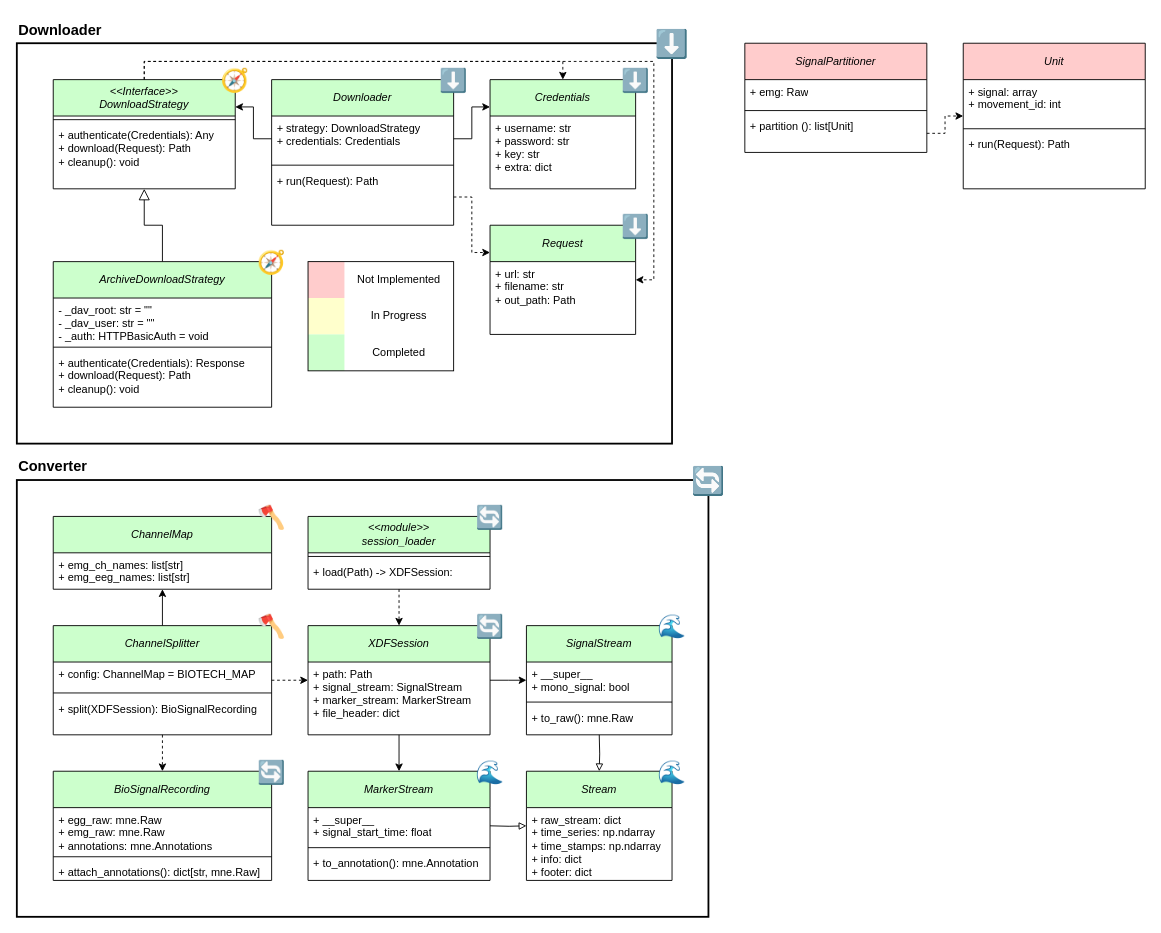
This is page "UML" (1 of 2) of docs/Data Architecture.drawio from N-Pulse/BMI-SOFT-EMG-Decoding, a draw.io file, before an edit. Source tidied: cells renumbered, new cells numbered last; positions are measured from the earlier drawing's top-left corner, leaving out a move shared by most shapes. Both pictures are drawn from the tidied source at 91%, with x=0, y=0 at pixel (16, 15).
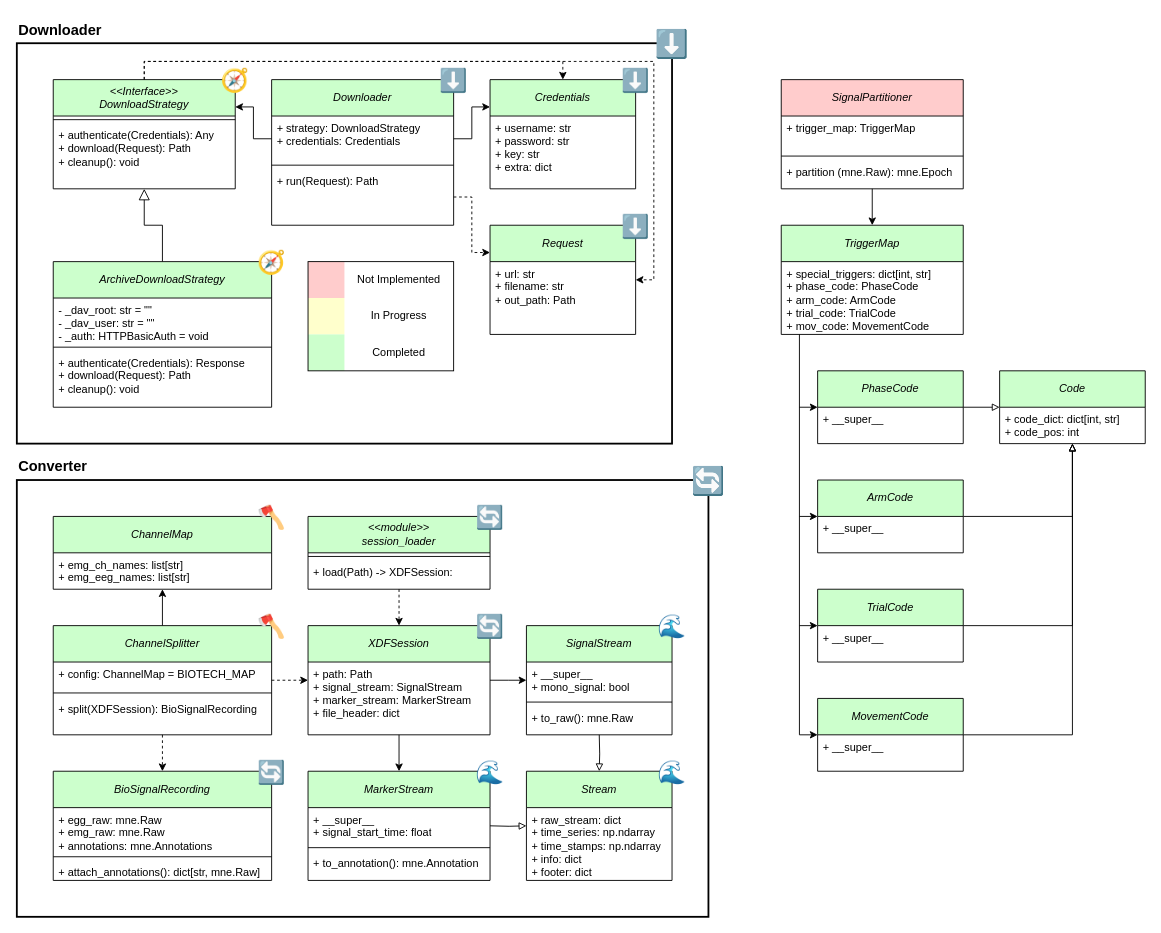
The same page after the edit.

Commit message (it also covers changes not shown here):
feat: is now possible to get the epochs per movement

What changed in the source:
```diff
@@
-    <mxCell id="39" value="&lt;span style=&quot;font-weight: normal;&quot;&gt;&lt;i&gt;Unit&lt;/i&gt;&lt;/span&gt;" style="swimlane;fontStyle=1;align=center;verticalAlign=middle;horizontal=1;startSize=40;whiteSpace=wrap;html=1;fillColor=#FFCCCC;" parent="1" vertex="1">
-      <mxGeometry x="1040" y="30" width="200" height="160" as="geometry" />
-    </mxCell>
-    <mxCell id="40" value="+ signal: array&lt;div&gt;+ movement_id: int&lt;/div&gt;" style="text;strokeColor=none;fillColor=none;align=left;verticalAlign=top;spacingLeft=4;spacingRight=4;overflow=hidden;whiteSpace=wrap;html=1;" parent="39" vertex="1">
-      <mxGeometry y="40" width="200" height="50" as="geometry" />
-    </mxCell>
-    <mxCell id="41" style="line;strokeWidth=1;fillColor=none;align=left;verticalAlign=middle;spacingTop=-1;spacingLeft=3;spacingRight=3;labelPosition=right;strokeColor=inherit;" parent="39" vertex="1">
-      <mxGeometry y="90" width="200" height="8" as="geometry" />
-    </mxCell>
-    <mxCell id="42" value="+ run(Request): Path" style="text;strokeColor=none;fillColor=none;align=left;verticalAlign=top;spacingLeft=4;spacingRight=4;overflow=hidden;whiteSpace=wrap;html=1;" parent="39" vertex="1">
-      <mxGeometry y="98" width="200" height="62" as="geometry" />
-    </mxCell>
+    <mxCell id="91" style="edgeStyle=orthogonalEdgeStyle;rounded=0;jettySize=auto;html=1;" parent="1" edge="1" source="43" target="92">
+      <mxGeometry relative="1" as="geometry" />
+    </mxCell>
     <mxCell id="43" value="&lt;span style=&quot;font-weight: normal;&quot;&gt;&lt;i&gt;SignalPartitioner&lt;/i&gt;&lt;/span&gt;" style="swimlane;fontStyle=1;align=center;verticalAlign=middle;horizontal=1;startSize=40;whiteSpace=wrap;html=1;fillColor=#FFCCCC;" parent="1" vertex="1">
-      <mxGeometry x="800" y="30" width="200" height="120" as="geometry" />
+      <mxGeometry x="840" y="70" width="200" height="120" as="geometry" />
     </mxCell>
-    <mxCell id="44" value="+ emg: Raw" style="text;strokeColor=none;fillColor=none;align=left;verticalAlign=top;spacingLeft=4;spacingRight=4;overflow=hidden;whiteSpace=wrap;html=1;" parent="43" vertex="1">
-      <mxGeometry y="40" width="200" height="30" as="geometry" />
+    <mxCell id="44" value="&lt;div&gt;+ trigger_map: TriggerMap&amp;nbsp;&lt;/div&gt;" style="text;strokeColor=none;fillColor=none;align=left;verticalAlign=top;spacingLeft=4;spacingRight=4;overflow=hidden;whiteSpace=wrap;html=1;" parent="43" vertex="1">
+      <mxGeometry y="40" width="200" height="40" as="geometry" />
     </mxCell>
     <mxCell id="45" style="line;strokeWidth=1;fillColor=none;align=left;verticalAlign=middle;spacingTop=-1;spacingLeft=3;spacingRight=3;labelPosition=right;strokeColor=inherit;" parent="43" vertex="1">
-      <mxGeometry y="70" width="200" height="8" as="geometry" />
+      <mxGeometry y="80" width="200" height="8" as="geometry" />
     </mxCell>
-    <mxCell id="46" value="+ partition (): list[Unit]" style="text;strokeColor=none;fillColor=none;align=left;verticalAlign=top;spacingLeft=4;spacingRight=4;overflow=hidden;points=[[0,0.5],[1,0.5]];portConstraint=eastwest;whiteSpace=wrap;html=1;" parent="43" vertex="1">
-      <mxGeometry y="78" width="200" height="42" as="geometry" />
+    <mxCell id="46" value="+ partition (mne.Raw): mne.Epoch" style="text;strokeColor=none;fillColor=none;align=left;verticalAlign=top;spacingLeft=4;spacingRight=4;overflow=hidden;points=[[0,0.5],[1,0.5]];portConstraint=eastwest;whiteSpace=wrap;html=1;" parent="43" vertex="1">
+      <mxGeometry y="88" width="200" height="32" as="geometry" />
     </mxCell>
-    <mxCell id="47" style="edgeStyle=orthogonalEdgeStyle;rounded=0;jettySize=auto;html=1;exitX=1;exitY=0.5;exitDx=0;exitDy=0;dashed=1;" parent="1" edge="1" source="46" target="39">
-      <mxGeometry relative="1" as="geometry" />
-    </mxCell>
@@
+    <mxCell id="92" value="&lt;span style=&quot;font-weight: normal;&quot;&gt;&lt;i&gt;TriggerMap&lt;/i&gt;&lt;/span&gt;" style="swimlane;fontStyle=1;align=center;verticalAlign=middle;horizontal=1;startSize=40;whiteSpace=wrap;html=1;fillColor=#CCFFCC;" parent="1" vertex="1">
+      <mxGeometry x="840" y="230" width="200" height="120" as="geometry" />
+    </mxCell>
+    <mxCell id="93" value="+ special_triggers: dict[int, str]&lt;div&gt;+ phase_code: PhaseCode&lt;div&gt;+ arm_code: ArmCode&lt;/div&gt;&lt;div&gt;+ trial_code: TrialCode&lt;/div&gt;&lt;div&gt;+ mov_code: MovementCode&lt;/div&gt;&lt;/div&gt;" style="text;strokeColor=none;fillColor=none;align=left;verticalAlign=top;spacingLeft=4;spacingRight=4;overflow=hidden;points=[[0,0.5],[1,0.5]];portConstraint=eastwest;whiteSpace=wrap;html=1;" parent="92" vertex="1">
+      <mxGeometry y="40" width="200" height="80" as="geometry" />
+    </mxCell>
+    <mxCell id="94" value="&lt;span style=&quot;font-weight: normal;&quot;&gt;&lt;i&gt;Code&lt;/i&gt;&lt;/span&gt;" style="swimlane;fontStyle=1;align=center;verticalAlign=middle;horizontal=1;startSize=40;whiteSpace=wrap;html=1;fillColor=#CCFFCC;" parent="1" vertex="1">
+      <mxGeometry x="1080" y="390" width="160" height="80" as="geometry" />
+    </mxCell>
+    <mxCell id="95" value="+ code_dict: dict[int, str]&lt;div&gt;+ code_pos: int&lt;/div&gt;" style="text;strokeColor=none;fillColor=none;align=left;verticalAlign=top;spacingLeft=4;spacingRight=4;overflow=hidden;whiteSpace=wrap;html=1;" parent="94" vertex="1">
+      <mxGeometry y="40" width="160" height="40" as="geometry" />
+    </mxCell>
+    <mxCell id="96" style="edgeStyle=orthogonalEdgeStyle;rounded=0;jettySize=auto;html=1;startArrow=classic;startFill=1;endArrow=none;endFill=0;" parent="1" edge="1" source="98">
+      <mxGeometry relative="1" as="geometry">
+        <mxPoint x="860" y="430" as="targetPoint" />
+      </mxGeometry>
+    </mxCell>
+    <mxCell id="97" style="edgeStyle=orthogonalEdgeStyle;rounded=0;jettySize=auto;html=1;endArrow=block;endFill=0;" parent="1" edge="1" source="98" target="94">
+      <mxGeometry relative="1" as="geometry" />
+    </mxCell>
+    <mxCell id="98" value="&lt;span style=&quot;font-weight: normal;&quot;&gt;&lt;i&gt;PhaseCode&lt;/i&gt;&lt;/span&gt;" style="swimlane;fontStyle=1;align=center;verticalAlign=middle;horizontal=1;startSize=40;whiteSpace=wrap;html=1;fillColor=#CCFFCC;" parent="1" vertex="1">
+      <mxGeometry x="880" y="390" width="160" height="80" as="geometry" />
+    </mxCell>
+    <mxCell id="99" value="+ __super__" style="text;strokeColor=none;fillColor=none;align=left;verticalAlign=top;spacingLeft=4;spacingRight=4;overflow=hidden;whiteSpace=wrap;html=1;" parent="98" vertex="1">
+      <mxGeometry y="40" width="160" height="40" as="geometry" />
+    </mxCell>
+    <mxCell id="100" style="edgeStyle=orthogonalEdgeStyle;rounded=0;jettySize=auto;html=1;startArrow=classic;startFill=1;endArrow=none;endFill=0;" parent="1" edge="1" source="102">
+      <mxGeometry relative="1" as="geometry">
+        <mxPoint x="860" y="550" as="targetPoint" />
+      </mxGeometry>
+    </mxCell>
+    <mxCell id="101" style="edgeStyle=orthogonalEdgeStyle;rounded=0;jettySize=auto;html=1;endArrow=block;endFill=0;" parent="1" edge="1" source="102" target="94">
+      <mxGeometry relative="1" as="geometry" />
+    </mxCell>
+    <mxCell id="102" value="&lt;span style=&quot;font-weight: normal;&quot;&gt;&lt;i&gt;ArmCode&lt;/i&gt;&lt;/span&gt;" style="swimlane;fontStyle=1;align=center;verticalAlign=middle;horizontal=1;startSize=40;whiteSpace=wrap;html=1;fillColor=#CCFFCC;" parent="1" vertex="1">
+      <mxGeometry x="880" y="510" width="160" height="80" as="geometry" />
+    </mxCell>
+    <mxCell id="103" value="+ __super__" style="text;strokeColor=none;fillColor=none;align=left;verticalAlign=top;spacingLeft=4;spacingRight=4;overflow=hidden;whiteSpace=wrap;html=1;" parent="102" vertex="1">
+      <mxGeometry y="40" width="160" height="40" as="geometry" />
+    </mxCell>
+    <mxCell id="104" style="edgeStyle=orthogonalEdgeStyle;rounded=0;jettySize=auto;html=1;startArrow=classic;startFill=1;endArrow=none;endFill=0;" parent="1" edge="1" source="106">
+      <mxGeometry relative="1" as="geometry">
+        <mxPoint x="860" y="670" as="targetPoint" />
+      </mxGeometry>
+    </mxCell>
+    <mxCell id="105" style="edgeStyle=orthogonalEdgeStyle;rounded=0;jettySize=auto;html=1;endArrow=block;endFill=0;" parent="1" edge="1" source="106" target="94">
+      <mxGeometry relative="1" as="geometry" />
+    </mxCell>
+    <mxCell id="106" value="&lt;span style=&quot;font-weight: normal;&quot;&gt;&lt;i&gt;TrialCode&lt;/i&gt;&lt;/span&gt;" style="swimlane;fontStyle=1;align=center;verticalAlign=middle;horizontal=1;startSize=40;whiteSpace=wrap;html=1;fillColor=#CCFFCC;" parent="1" vertex="1">
+      <mxGeometry x="880" y="630" width="160" height="80" as="geometry" />
+    </mxCell>
+    <mxCell id="107" value="+ __super__" style="text;strokeColor=none;fillColor=none;align=left;verticalAlign=top;spacingLeft=4;spacingRight=4;overflow=hidden;whiteSpace=wrap;html=1;" parent="106" vertex="1">
+      <mxGeometry y="40" width="160" height="40" as="geometry" />
+    </mxCell>
+    <mxCell id="108" style="edgeStyle=orthogonalEdgeStyle;rounded=0;jettySize=auto;html=1;startArrow=classic;startFill=1;endArrow=none;endFill=0;" parent="1" edge="1" source="110">
+      <mxGeometry relative="1" as="geometry">
+        <mxPoint x="860" y="790" as="targetPoint" />
+      </mxGeometry>
+    </mxCell>
+    <mxCell id="109" style="edgeStyle=orthogonalEdgeStyle;rounded=0;jettySize=auto;html=1;endArrow=block;endFill=0;" parent="1" edge="1" source="110" target="94">
+      <mxGeometry relative="1" as="geometry" />
+    </mxCell>
+    <mxCell id="110" value="&lt;span style=&quot;font-weight: normal;&quot;&gt;&lt;i&gt;MovementCode&lt;/i&gt;&lt;/span&gt;" style="swimlane;fontStyle=1;align=center;verticalAlign=middle;horizontal=1;startSize=40;whiteSpace=wrap;html=1;fillColor=#CCFFCC;" parent="1" vertex="1">
+      <mxGeometry x="880" y="750" width="160" height="80" as="geometry" />
+    </mxCell>
+    <mxCell id="111" value="+ __super__" style="text;strokeColor=none;fillColor=none;align=left;verticalAlign=top;spacingLeft=4;spacingRight=4;overflow=hidden;whiteSpace=wrap;html=1;" parent="110" vertex="1">
+      <mxGeometry y="40" width="160" height="40" as="geometry" />
+    </mxCell>
+    <mxCell id="112" style="endArrow=none;html=1;rounded=0;entryX=0.1;entryY=1;entryDx=0;entryDy=0;entryPerimeter=0;" parent="1" edge="1" target="93">
+      <mxGeometry relative="1" as="geometry">
+        <mxPoint x="860" y="790" as="sourcePoint" />
+      </mxGeometry>
+    </mxCell>
```
